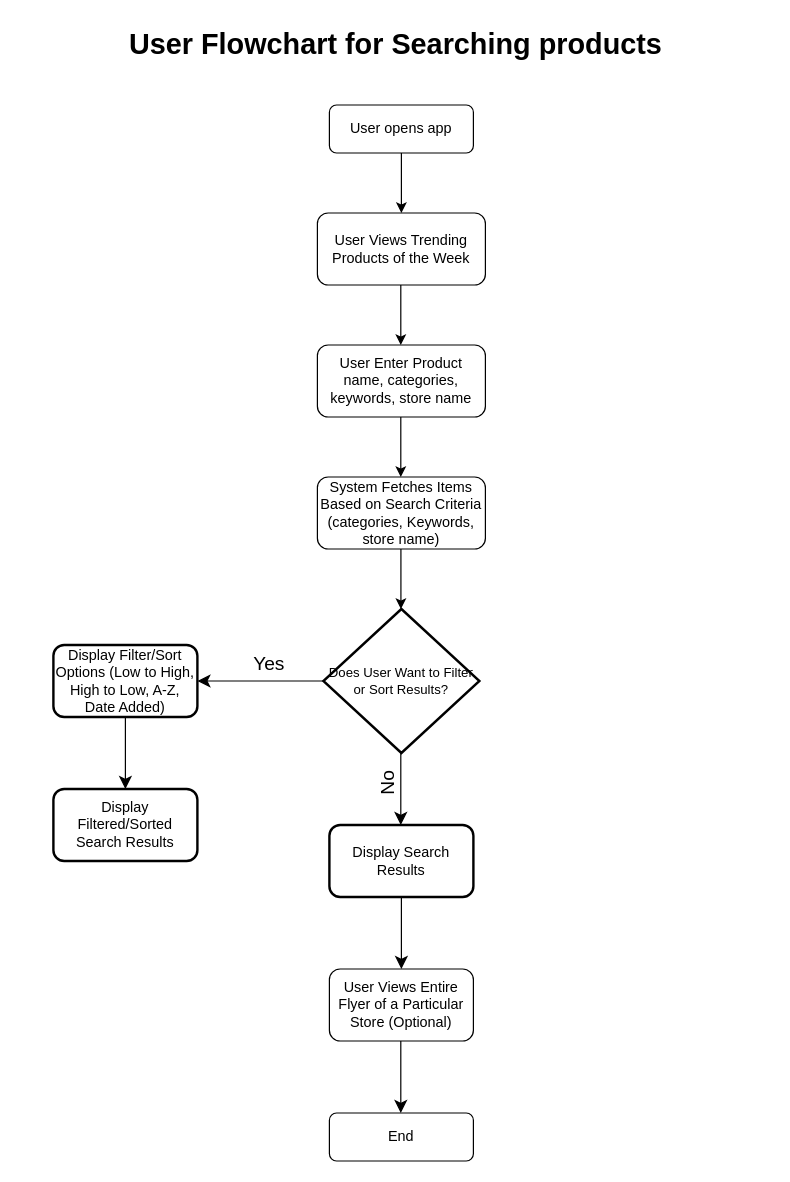
This is Flowcahrt/Dev_Searching_FlowChart.drawio from VatsSanghvi/Big-Data-Project, a draw.io file, before an edit. Source tidied: cells renumbered, new cells numbered last; positions are measured from the earlier drawing's top-left corner, leaving out a move shared by most shapes. Both pictures are drawn from the tidied source at 120%, with x=0, y=0 at pixel (53, 20).
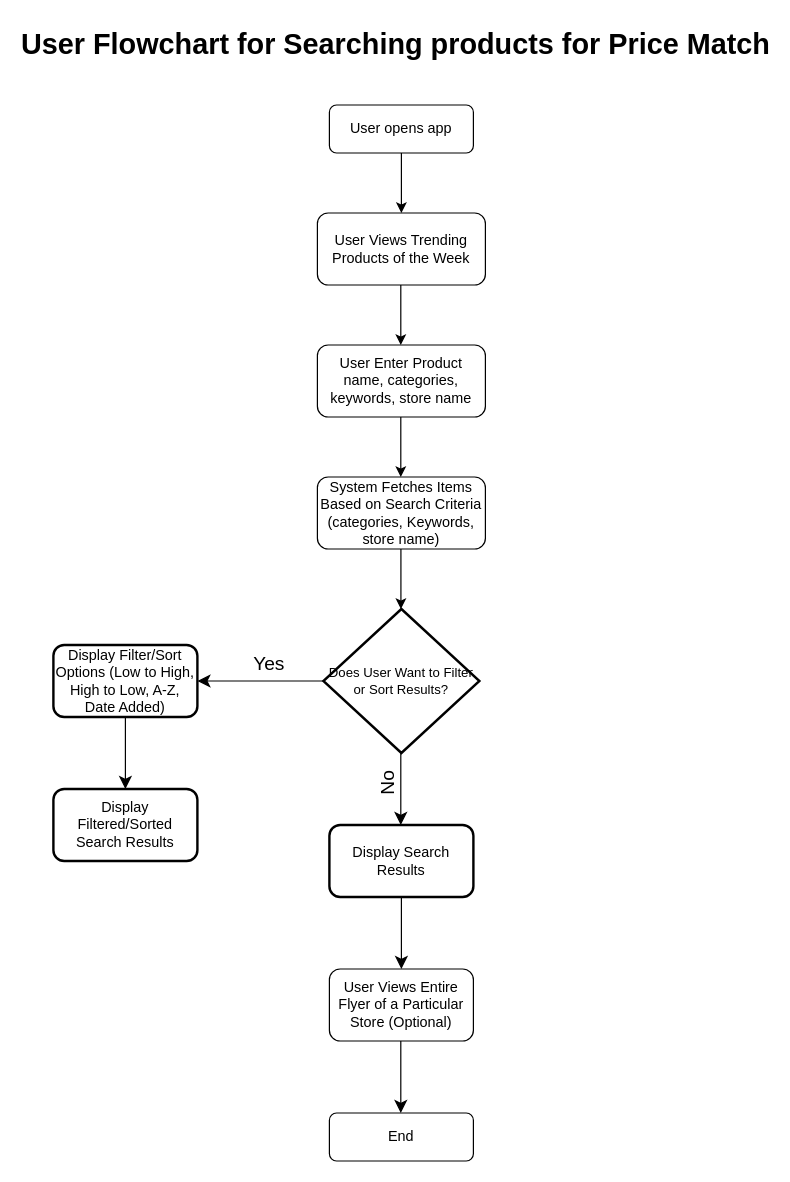
The same page after the edit.

The edit, as a diff of the source:
```diff
@@
-    <mxCell id="11" value="User Flowchart for Searching products" style="text;strokeColor=none;fillColor=none;html=1;fontSize=24;fontStyle=1;verticalAlign=middle;align=center;" parent="1" vertex="1">
+    <mxCell id="11" value="User Flowchart for Searching products for Price Match" style="text;strokeColor=none;fillColor=none;html=1;fontSize=24;fontStyle=1;verticalAlign=middle;align=center;" parent="1" vertex="1">
       <mxGeometry x="235" width="100" height="40" as="geometry" />
     </mxCell>
```
